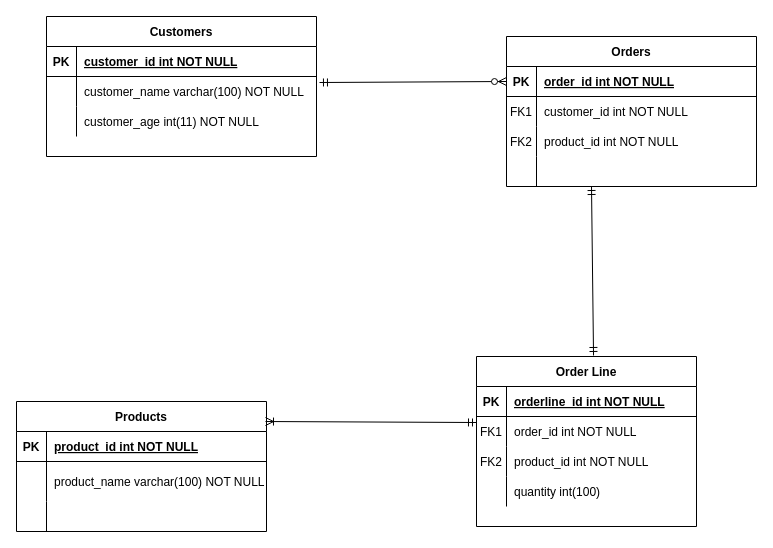
davidsteinhafel/SQL-TASKS keeps this draw.io diagram as ERD-Customer-Task.drawio. Above is the earlier version. Source tidied: cells renumbered, new cells numbered last; positions are measured from the earlier drawing's top-left corner, leaving out a move shared by most shapes. Both pictures are drawn from the tidied source at 100%, with x=0, y=0 at pixel (16, 16).
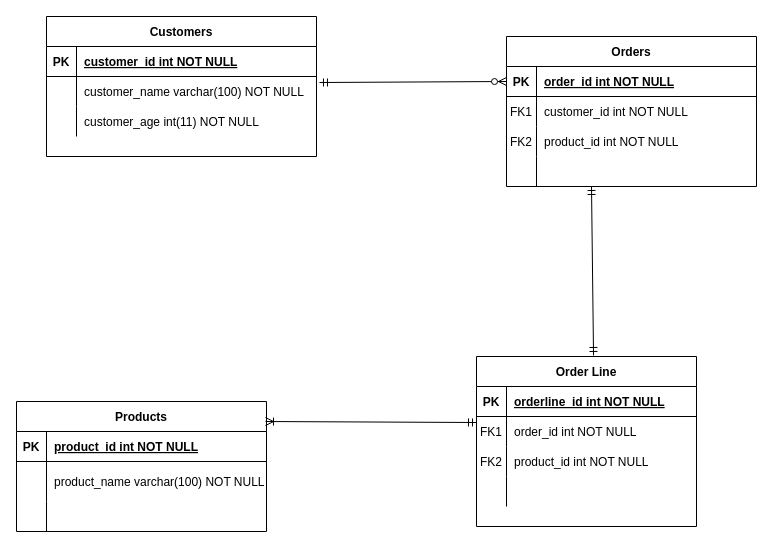
The same diagram, later.

Commit message (it also covers changes not shown here):
created a reference/practice for select statements and a left join of my 2 dbs

The change refers to these unchanged cells:
```xml
<mxCell id="46" style="shape=partialRectangle;fillColor=none;top=0;left=0;bottom=0;right=0;" parent="36" vertex="1">
  <mxGeometry y="120" width="220" height="30" as="geometry" />
</mxCell>
```

What changed in the source:
```diff
@@
-    <mxCell id="48" value="quantity int(100)" style="shape=partialRectangle;fillColor=none;top=0;left=0;bottom=0;right=0;align=left;spacingLeft=6;overflow=hidden;" parent="46" vertex="1">
+    <mxCell id="48" style="shape=partialRectangle;fillColor=none;top=0;left=0;bottom=0;right=0;align=left;spacingLeft=6;overflow=hidden;" parent="46" vertex="1">
       <mxGeometry x="30" width="190" height="30" as="geometry" />
     </mxCell>
```
